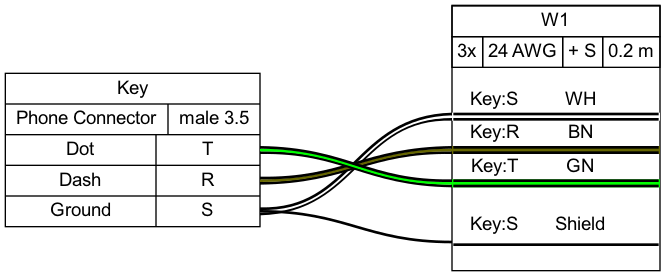
Earlier version of the Graphviz export examples/ex08.png (wireviz/WireViz). Its source is kept beside it as examples/ex08.gv.
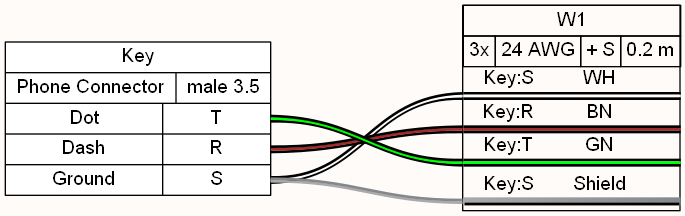
After the change.

What changed in the source:
```diff
@@ -1,15 +1,15 @@
 graph {
-	graph [bgcolor=white fontname=arial nodesep=0.33 rankdir=LR ranksep=2]
+	graph [bgcolor="#fffbf8" fontname=arial nodesep=0.33 rankdir=LR ranksep=2]
 	node [fillcolor=white fontname=arial shape=record style=filled]
 	edge [fontname=arial style=bold]
 	Key [label="Key|{Phone Connector|male 3.5}|{{Dot|Dash|Ground}|{<pTr>T|<pRr>R|<pSr>S}}"]
 	edge [color="#000000:#ffffff:#000000"]
 	Key:pSr:e -- W1:w1:w
-	edge [color="#000000:#666600:#000000"]
+	edge [color="#000000:#a52a2a:#000000"]
 	Key:pRr:e -- W1:w2:w
 	edge [color="#000000:#00ff00:#000000"]
 	Key:pTr:e -- W1:w3:w
-	edge [color="#000000"]
+	edge [color="#aaaaaa:#84878c"]
 	Key:pSr:e -- W1:ws:w
-	W1 [label=<<table border="0" cellspacing="0" cellpadding="0"><tr><td><table border="0" cellspacing="0" cellpadding="3" cellborder="1"><tr><td colspan="4">W1</td></tr><tr><td>3x</td><td>24 AWG</td><td>+ S</td><td>0.2 m</td></tr></table></td></tr><tr><td>&nbsp;</td></tr><tr><td><table border="0" cellspacing="0" cellborder="0"><tr><td>Key:S</td><td>WH</td><td><!-- 1_out --></td></tr><tr><td colspan="3" cellpadding="0" height="6" bgcolor="#ffffff" border="2" sides="tb" port="w1"></td></tr><tr><td>Key:R</td><td>BN</td><td><!-- 2_out --></td></tr><tr><td colspan="3" cellpadding="0" height="6" bgcolor="#666600" border="2" sides="tb" port="w2"></td></tr><tr><td>Key:T</td><td>GN</td><td><!-- 3_out --></td></tr><tr><td colspan="3" cellpadding="0" height="6" bgcolor="#00ff00" border="2" sides="tb" port="w3"></td></tr><tr><td>&nbsp;</td></tr><tr><td>Key:S</td><td>Shield</td><td><!-- s_out --></td></tr><tr><td colspan="3" cellpadding="0" height="6" border="2" sides="b" port="ws"></td></tr><tr><td>&nbsp;</td></tr></table></td></tr></table>> fillcolor=white margin=0 shape=box style=""]
+	W1 [label=<<table border="0" cellspacing="0" cellpadding="0"><tr><td><table border="0" cellspacing="0" cellpadding="3" cellborder="1"><tr><td colspan="4">W1</td></tr><tr><td>3x</td><td>24 AWG</td><td>+ S</td><td>0.2 m</td></tr></table></td></tr><tr><td></td></tr><tr><td><table border="0" cellspacing="0" cellborder="0"><tr><td>Key:S</td><td>WH</td><td><!-- 1_out --></td></tr><tr><td colspan="3" border="0" cellspacing="0" cellpadding="0" port="w1" height="6"><table cellspacing="0" cellborder="0" border = "0"><tr><td colspan="3" cellpadding="0" height="2" bgcolor="#000000" border="0"></td></tr><tr><td colspan="3" cellpadding="0" height="2" bgcolor="#ffffff" border="0"></td></tr><tr><td colspan="3" cellpadding="0" height="2" bgcolor="#000000" border="0"></td></tr></table></td></tr><tr><td>Key:R</td><td>BN</td><td><!-- 2_out --></td></tr><tr><td colspan="3" border="0" cellspacing="0" cellpadding="0" port="w2" height="6"><table cellspacing="0" cellborder="0" border = "0"><tr><td colspan="3" cellpadding="0" height="2" bgcolor="#000000" border="0"></td></tr><tr><td colspan="3" cellpadding="0" height="2" bgcolor="#a52a2a" border="0"></td></tr><tr><td colspan="3" cellpadding="0" height="2" bgcolor="#000000" border="0"></td></tr></table></td></tr><tr><td>Key:T</td><td>GN</td><td><!-- 3_out --></td></tr><tr><td colspan="3" border="0" cellspacing="0" cellpadding="0" port="w3" height="6"><table cellspacing="0" cellborder="0" border = "0"><tr><td colspan="3" cellpadding="0" height="2" bgcolor="#000000" border="0"></td></tr><tr><td colspan="3" cellpadding="0" height="2" bgcolor="#00ff00" border="0"></td></tr><tr><td colspan="3" cellpadding="0" height="2" bgcolor="#000000" border="0"></td></tr></table></td></tr><tr><td></td></tr><tr><td>Key:S</td><td>Shield</td><td><!-- s_out --></td></tr><tr><td colspan="3" cellpadding="0" bgcolor="#aaaaaa:#84878c" height="6" border="2" sides="b" port="ws"></td></tr><tr><td></td></tr></table></td></tr></table>> fillcolor=white margin=0 shape=box style=""]
 }
```
